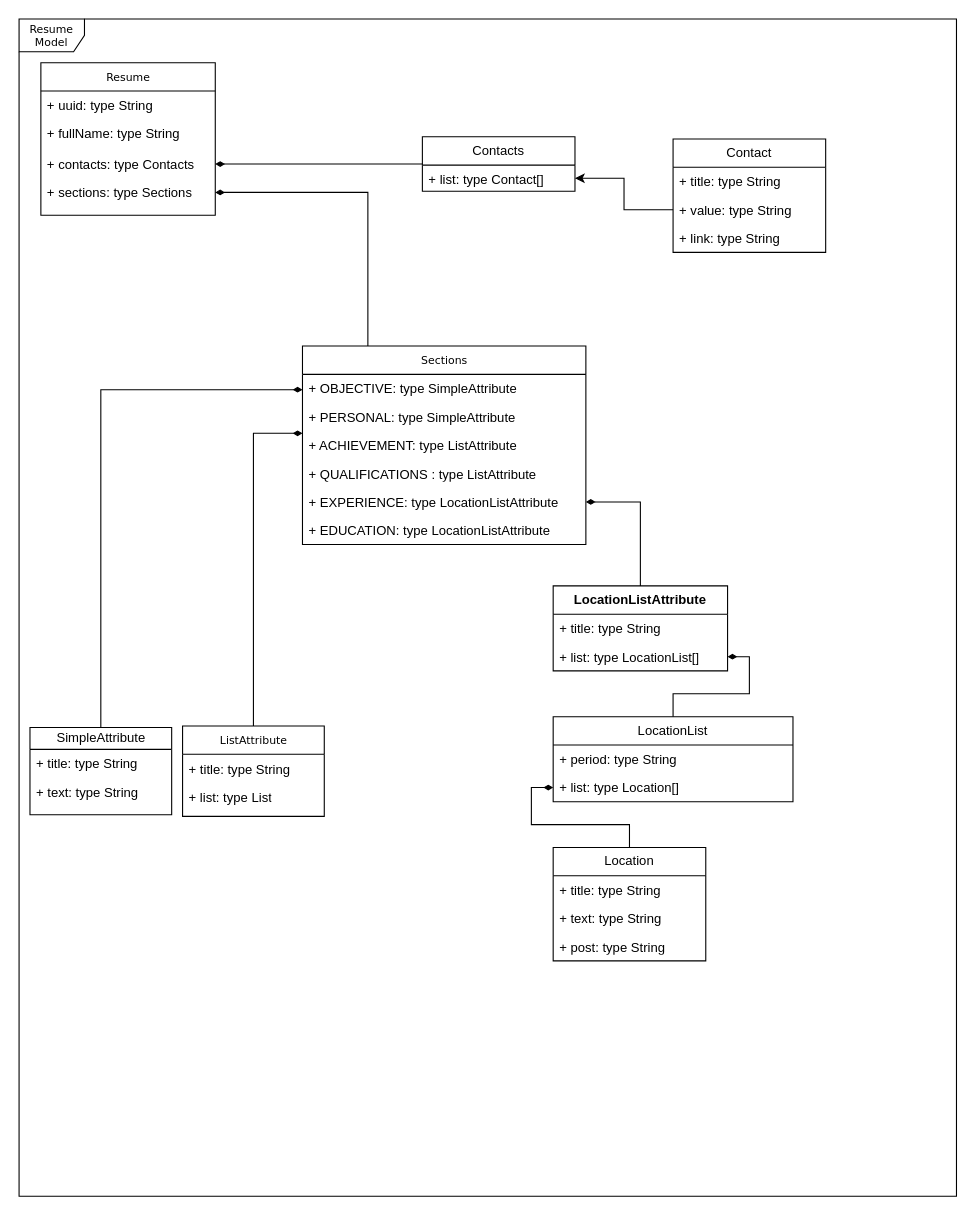
Above: ResumeStorage.drawio in sasjava/basejava (draw.io), before the change. Source tidied: cells renumbered, new cells numbered last; positions are measured from the earlier drawing's top-left corner, leaving out a move shared by most shapes. Both pictures are drawn from the tidied source at 109%, with x=0, y=0 at pixel (19, 19).
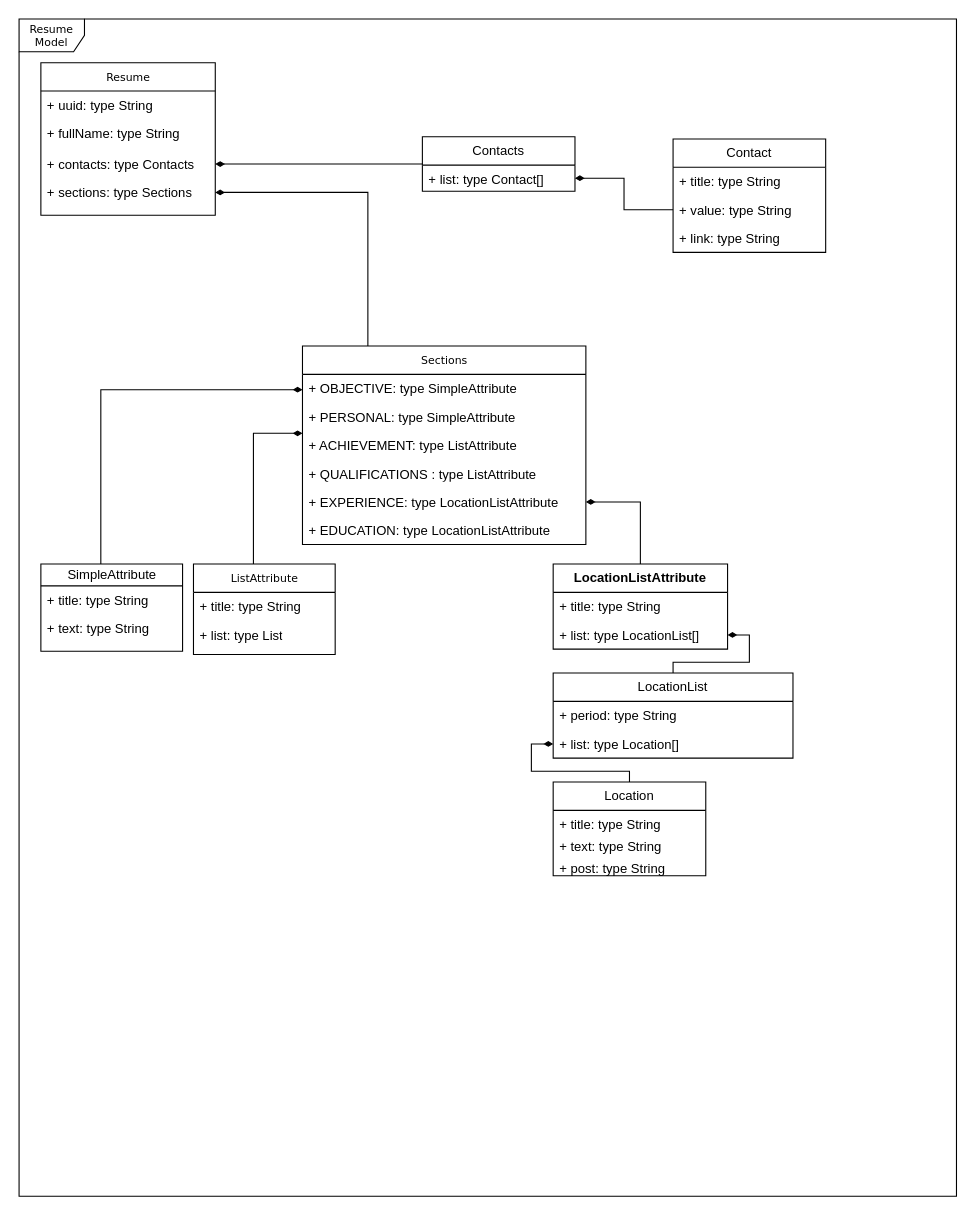
The same page after the edit.

Unchanged cells that the change refers to:
```xml
<mxCell id="32" value="+ list: type&amp;nbsp;&lt;span style=&quot;text-align: center;&quot;&gt;Location[]&lt;/span&gt;" style="text;strokeColor=none;fillColor=none;align=left;verticalAlign=top;spacingLeft=4;spacingRight=4;overflow=hidden;points=[[0,0.5],[1,0.5]];portConstraint=eastwest;whiteSpace=wrap;html=1;" parent="30" vertex="1">
  <mxGeometry y="52" width="220" height="26" as="geometry" />
</mxCell>
<mxCell id="36" value="+ list: type LocationList[]" style="text;strokeColor=none;fillColor=none;align=left;verticalAlign=top;spacingLeft=4;spacingRight=4;overflow=hidden;points=[[0,0.5],[1,0.5]];portConstraint=eastwest;whiteSpace=wrap;html=1;" parent="34" vertex="1">
  <mxGeometry y="52" width="160" height="26" as="geometry" />
</mxCell>
<mxCell id="39" value="+ value: type String" style="text;strokeColor=none;fillColor=none;align=left;verticalAlign=top;spacingLeft=4;spacingRight=4;overflow=hidden;points=[[0,0.5],[1,0.5]];portConstraint=eastwest;whiteSpace=wrap;html=1;" parent="37" vertex="1">
  <mxGeometry y="52" width="140" height="26" as="geometry" />
</mxCell>
<mxCell id="43" value="+ list: type&amp;nbsp;&lt;span style=&quot;text-align: center;&quot;&gt;Contact[]&lt;/span&gt;" style="text;strokeColor=none;fillColor=none;align=left;verticalAlign=top;spacingLeft=4;spacingRight=4;overflow=hidden;points=[[0,0.5],[1,0.5]];portConstraint=eastwest;whiteSpace=wrap;html=1;" parent="42" vertex="1">
  <mxGeometry y="26" width="140" height="24" as="geometry" />
</mxCell>
```

The edit, as a diff of the source:
```diff
@@
     <mxCell id="9" value="&lt;span style=&quot;font-family: Helvetica; font-size: 12px; text-align: left; text-wrap: wrap;&quot;&gt;SimpleAttribute&lt;/span&gt;" style="swimlane;html=1;fontStyle=0;horizontal=1;startSize=20;fillColor=none;swimlaneFillColor=#ffffff;rounded=0;shadow=0;comic=0;labelBackgroundColor=none;strokeWidth=1;fontFamily=Verdana;fontSize=10;align=center;" parent="1" vertex="1">
-      <mxGeometry x="10" y="650" width="130" height="80" as="geometry" />
+      <mxGeometry x="20" y="500" width="130" height="80" as="geometry" />
     </mxCell>
@@
     <mxCell id="21" value="ListAttribute" style="swimlane;html=1;fontStyle=0;horizontal=1;startSize=26;fillColor=none;swimlaneFillColor=#ffffff;rounded=0;shadow=0;comic=0;labelBackgroundColor=none;strokeWidth=1;fontFamily=Verdana;fontSize=10;align=center;" parent="1" vertex="1">
-      <mxGeometry x="150" y="648.5" width="130" height="83" as="geometry" />
+      <mxGeometry x="160" y="500" width="130" height="83" as="geometry" />
     </mxCell>
@@
     <mxCell id="24" style="edgeStyle=orthogonalEdgeStyle;rounded=0;jettySize=auto;html=1;endArrow=diamondThin;endFill=1;" parent="1" edge="1" source="25" target="32">
-      <mxGeometry relative="1" as="geometry" />
+      <mxGeometry relative="1" as="geometry">
+        <Array as="points">
+          <mxPoint x="560" y="690" />
+          <mxPoint x="470" y="690" />
+          <mxPoint x="470" y="665" />
+        </Array>
+      </mxGeometry>
     </mxCell>
     <mxCell id="25" value="Location" style="swimlane;fontStyle=0;horizontal=1;startSize=26;fillColor=none;whiteSpace=wrap;html=1;" parent="1" vertex="1">
-      <mxGeometry x="490" y="760" width="140" height="104" as="geometry" />
+      <mxGeometry x="490" y="700" width="140" height="86" as="geometry" />
     </mxCell>
     <mxCell id="26" value="+ title: type String" style="text;strokeColor=none;fillColor=none;align=left;verticalAlign=top;spacingLeft=4;spacingRight=4;overflow=hidden;whiteSpace=wrap;html=1;" parent="25" vertex="1">
-      <mxGeometry y="26" width="140" height="26" as="geometry" />
+      <mxGeometry y="26" width="140" height="20" as="geometry" />
     </mxCell>
     <mxCell id="27" value="+ text: type String" style="text;strokeColor=none;fillColor=none;align=left;verticalAlign=top;spacingLeft=4;spacingRight=4;overflow=hidden;whiteSpace=wrap;html=1;" parent="25" vertex="1">
-      <mxGeometry y="52" width="140" height="26" as="geometry" />
+      <mxGeometry y="46" width="140" height="20" as="geometry" />
     </mxCell>
     <mxCell id="28" value="+ post: type String" style="text;strokeColor=none;fillColor=none;align=left;verticalAlign=top;spacingLeft=4;spacingRight=4;overflow=hidden;whiteSpace=wrap;html=1;" parent="25" vertex="1">
-      <mxGeometry y="78" width="140" height="26" as="geometry" />
+      <mxGeometry y="66" width="140" height="20" as="geometry" />
     </mxCell>
     <mxCell id="29" style="edgeStyle=orthogonalEdgeStyle;rounded=0;jettySize=auto;html=1;endArrow=diamondThin;endFill=1;" parent="1" edge="1" source="30" target="36">
-      <mxGeometry relative="1" as="geometry" />
+      <mxGeometry relative="1" as="geometry">
+        <Array as="points">
+          <mxPoint x="600" y="590" />
+          <mxPoint x="670" y="590" />
+          <mxPoint x="670" y="565" />
+        </Array>
+      </mxGeometry>
     </mxCell>
     <mxCell id="30" value="LocationList" style="swimlane;fontStyle=0;horizontal=1;startSize=26;fillColor=none;whiteSpace=wrap;html=1;" parent="1" vertex="1">
-      <mxGeometry x="490" y="640" width="220" height="78" as="geometry" />
+      <mxGeometry x="490" y="600" width="220" height="78" as="geometry" />
     </mxCell>
@@
     <mxCell id="34" value="&lt;span style=&quot;font-weight: 700;&quot;&gt;LocationListAttribute&lt;/span&gt;" style="swimlane;fontStyle=0;horizontal=1;startSize=26;fillColor=none;whiteSpace=wrap;html=1;" parent="1" vertex="1">
-      <mxGeometry x="490" y="520" width="160" height="78" as="geometry" />
+      <mxGeometry x="490" y="500" width="160" height="78" as="geometry" />
     </mxCell>
@@
-    <mxCell id="44" style="edgeStyle=orthogonalEdgeStyle;rounded=0;jettySize=auto;html=1;" parent="1" edge="1" source="39" target="43">
+    <mxCell id="44" style="edgeStyle=orthogonalEdgeStyle;rounded=0;jettySize=auto;html=1;endArrow=diamondThin;endFill=1;" parent="1" edge="1" source="39" target="43">
       <mxGeometry relative="1" as="geometry" />
     </mxCell>
```
